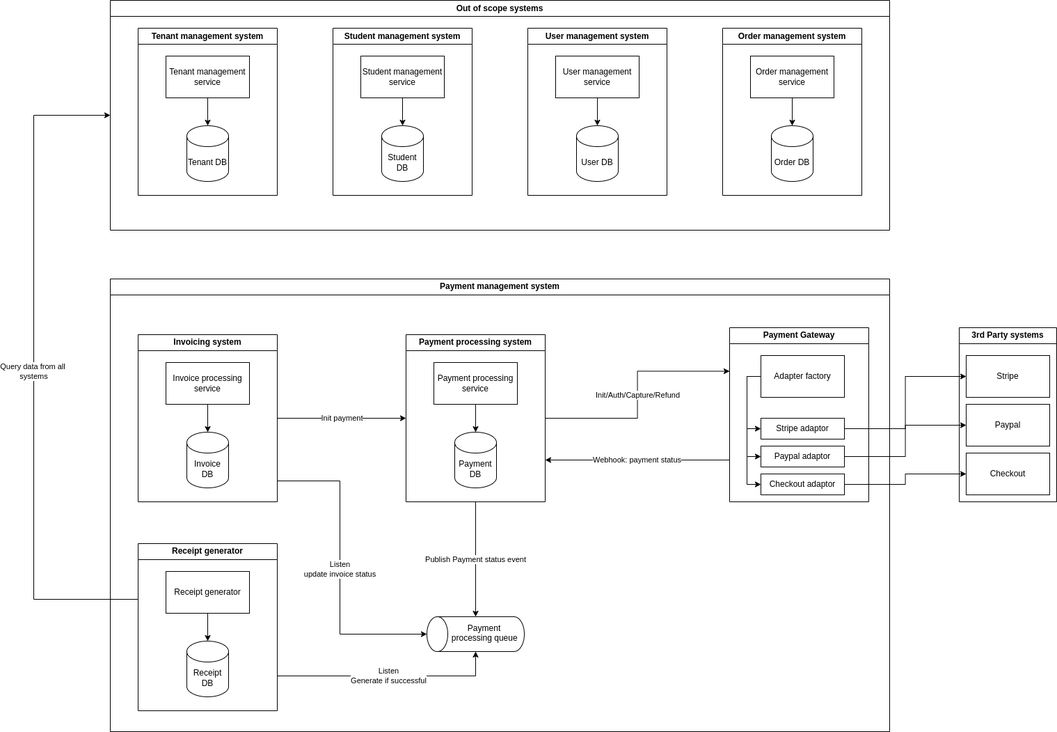
Above: high-level-design.png in dadonnik/order-management-system (draw.io), before the change. Source tidied: cells renumbered, new cells last; positions are measured from the earlier drawing's top-left corner, leaving out a move shared by most shapes. Its diagram source:
```xml
<mxGraphModel>
  <root>
    <mxCell id="0" />
    <mxCell id="1" parent="0" />
    <mxCell id="2" value="Out of scope systems" style="swimlane;whiteSpace=wrap;html=1;" parent="1" vertex="1">
      <mxGeometry x="110" width="1120" height="330" as="geometry" />
    </mxCell>
    <mxCell id="3" value="Tenant management system" style="swimlane;whiteSpace=wrap;html=1;" parent="2" vertex="1">
      <mxGeometry x="40" y="40" width="200" height="240" as="geometry" />
    </mxCell>
    <mxCell id="4" value="Tenant DB" style="shape=cylinder3;whiteSpace=wrap;html=1;boundedLbl=1;backgroundOutline=1;size=15;" parent="3" vertex="1">
      <mxGeometry x="70" y="140" width="60" height="80" as="geometry" />
    </mxCell>
    <mxCell id="5" style="edgeStyle=orthogonalEdgeStyle;rounded=0;jettySize=auto;html=1;" parent="3" edge="1" source="6" target="4">
      <mxGeometry relative="1" as="geometry" />
    </mxCell>
    <mxCell id="6" value="Tenant management service" style="rounded=0;whiteSpace=wrap;html=1;" parent="3" vertex="1">
      <mxGeometry x="40" y="40" width="120" height="60" as="geometry" />
    </mxCell>
    <mxCell id="7" value="Student management system" style="swimlane;whiteSpace=wrap;html=1;" parent="2" vertex="1">
      <mxGeometry x="320" y="40" width="200" height="240" as="geometry" />
    </mxCell>
    <mxCell id="8" value="Student DB" style="shape=cylinder3;whiteSpace=wrap;html=1;boundedLbl=1;backgroundOutline=1;size=15;" parent="7" vertex="1">
      <mxGeometry x="70" y="140" width="60" height="80" as="geometry" />
    </mxCell>
    <mxCell id="9" style="edgeStyle=orthogonalEdgeStyle;rounded=0;jettySize=auto;html=1;" parent="7" edge="1" source="10" target="8">
      <mxGeometry relative="1" as="geometry" />
    </mxCell>
    <mxCell id="10" value="Student management service" style="rounded=0;whiteSpace=wrap;html=1;" parent="7" vertex="1">
      <mxGeometry x="40" y="40" width="120" height="60" as="geometry" />
    </mxCell>
    <mxCell id="11" value="User management system" style="swimlane;whiteSpace=wrap;html=1;startSize=23;" parent="2" vertex="1">
      <mxGeometry x="600" y="40" width="200" height="240" as="geometry" />
    </mxCell>
    <mxCell id="12" value="User DB" style="shape=cylinder3;whiteSpace=wrap;html=1;boundedLbl=1;backgroundOutline=1;size=15;" parent="11" vertex="1">
      <mxGeometry x="70" y="140" width="60" height="80" as="geometry" />
    </mxCell>
    <mxCell id="13" style="edgeStyle=orthogonalEdgeStyle;rounded=0;jettySize=auto;html=1;" parent="11" edge="1" source="14" target="12">
      <mxGeometry relative="1" as="geometry" />
    </mxCell>
    <mxCell id="14" value="User management service" style="rounded=0;whiteSpace=wrap;html=1;" parent="11" vertex="1">
      <mxGeometry x="40" y="40" width="120" height="60" as="geometry" />
    </mxCell>
    <mxCell id="15" value="Order management system" style="swimlane;whiteSpace=wrap;html=1;" parent="2" vertex="1">
      <mxGeometry x="880" y="40" width="200" height="240" as="geometry" />
    </mxCell>
    <mxCell id="16" value="Order DB" style="shape=cylinder3;whiteSpace=wrap;html=1;boundedLbl=1;backgroundOutline=1;size=15;" parent="15" vertex="1">
      <mxGeometry x="70" y="140" width="60" height="80" as="geometry" />
    </mxCell>
    <mxCell id="17" style="edgeStyle=orthogonalEdgeStyle;rounded=0;jettySize=auto;html=1;" parent="15" edge="1" source="18" target="16">
      <mxGeometry relative="1" as="geometry" />
    </mxCell>
    <mxCell id="18" value="Order management service" style="rounded=0;whiteSpace=wrap;html=1;" parent="15" vertex="1">
      <mxGeometry x="40" y="40" width="120" height="60" as="geometry" />
    </mxCell>
    <mxCell id="19" value="Payment management system" style="swimlane;whiteSpace=wrap;html=1;" parent="1" vertex="1">
      <mxGeometry x="110" y="400" width="1120" height="650" as="geometry" />
    </mxCell>
    <mxCell id="20" value="Init payment" style="edgeStyle=orthogonalEdgeStyle;rounded=0;jettySize=auto;html=1;entryX=0;entryY=0.5;entryDx=0;entryDy=0;" parent="19" edge="1" source="21" target="26">
      <mxGeometry relative="1" as="geometry" />
    </mxCell>
    <mxCell id="21" value="Invoicing system" style="swimlane;whiteSpace=wrap;html=1;" parent="19" vertex="1">
      <mxGeometry x="40" y="80" width="200" height="240" as="geometry" />
    </mxCell>
    <mxCell id="22" value="Invoice DB" style="shape=cylinder3;whiteSpace=wrap;html=1;boundedLbl=1;backgroundOutline=1;size=15;" parent="21" vertex="1">
      <mxGeometry x="70" y="140" width="60" height="80" as="geometry" />
    </mxCell>
    <mxCell id="23" style="edgeStyle=orthogonalEdgeStyle;rounded=0;jettySize=auto;html=1;" parent="21" edge="1" source="24" target="22">
      <mxGeometry relative="1" as="geometry" />
    </mxCell>
    <mxCell id="24" value="Invoice processing service" style="rounded=0;whiteSpace=wrap;html=1;" parent="21" vertex="1">
      <mxGeometry x="40" y="40" width="120" height="60" as="geometry" />
    </mxCell>
    <mxCell id="25" value="Init/Auth/Capture/Refund" style="edgeStyle=orthogonalEdgeStyle;rounded=0;jettySize=auto;html=1;entryX=0;entryY=0.25;entryDx=0;entryDy=0;" parent="19" edge="1" source="26" target="35">
      <mxGeometry relative="1" as="geometry" />
    </mxCell>
    <mxCell id="26" value="Payment processing system" style="swimlane;whiteSpace=wrap;html=1;" parent="19" vertex="1">
      <mxGeometry x="425" y="80" width="200" height="240" as="geometry" />
    </mxCell>
    <mxCell id="27" value="Payment DB" style="shape=cylinder3;whiteSpace=wrap;html=1;boundedLbl=1;backgroundOutline=1;size=15;" parent="26" vertex="1">
      <mxGeometry x="70" y="140" width="60" height="80" as="geometry" />
    </mxCell>
    <mxCell id="28" style="edgeStyle=orthogonalEdgeStyle;rounded=0;jettySize=auto;html=1;" parent="26" edge="1" source="29" target="27">
      <mxGeometry relative="1" as="geometry" />
    </mxCell>
    <mxCell id="29" value="Payment processing service" style="rounded=0;whiteSpace=wrap;html=1;" parent="26" vertex="1">
      <mxGeometry x="40" y="40" width="120" height="60" as="geometry" />
    </mxCell>
    <mxCell id="30" value="Receipt generator" style="swimlane;whiteSpace=wrap;html=1;" parent="19" vertex="1">
      <mxGeometry x="40" y="380" width="200" height="240" as="geometry" />
    </mxCell>
    <mxCell id="31" value="Receipt DB" style="shape=cylinder3;whiteSpace=wrap;html=1;boundedLbl=1;backgroundOutline=1;size=15;" parent="30" vertex="1">
      <mxGeometry x="70" y="140" width="60" height="80" as="geometry" />
    </mxCell>
    <mxCell id="32" style="edgeStyle=orthogonalEdgeStyle;rounded=0;jettySize=auto;html=1;" parent="30" edge="1" source="33" target="31">
      <mxGeometry relative="1" as="geometry" />
    </mxCell>
    <mxCell id="33" value="Receipt generator" style="rounded=0;whiteSpace=wrap;html=1;" parent="30" vertex="1">
      <mxGeometry x="40" y="40" width="120" height="60" as="geometry" />
    </mxCell>
    <mxCell id="34" value="Webhook: payment status" style="edgeStyle=orthogonalEdgeStyle;rounded=0;jettySize=auto;html=1;entryX=1;entryY=0.75;entryDx=0;entryDy=0;" parent="19" edge="1" source="35" target="26">
      <mxGeometry relative="1" as="geometry">
        <Array as="points">
          <mxPoint x="810" y="260" />
          <mxPoint x="810" y="260" />
        </Array>
      </mxGeometry>
    </mxCell>
    <mxCell id="35" value="Payment Gateway" style="swimlane;whiteSpace=wrap;html=1;" parent="19" vertex="1">
      <mxGeometry x="890" y="70" width="200" height="250" as="geometry" />
    </mxCell>
    <mxCell id="36" style="edgeStyle=orthogonalEdgeStyle;rounded=0;jettySize=auto;html=1;entryX=0;entryY=0.5;entryDx=0;entryDy=0;" parent="35" edge="1" source="39" target="40">
      <mxGeometry relative="1" as="geometry">
        <Array as="points">
          <mxPoint x="25" y="70" />
          <mxPoint x="25" y="145" />
        </Array>
      </mxGeometry>
    </mxCell>
    <mxCell id="37" style="edgeStyle=orthogonalEdgeStyle;rounded=0;jettySize=auto;html=1;entryX=0;entryY=0.5;entryDx=0;entryDy=0;" parent="35" edge="1" source="39" target="41">
      <mxGeometry relative="1" as="geometry">
        <Array as="points">
          <mxPoint x="25" y="70" />
          <mxPoint x="25" y="185" />
        </Array>
      </mxGeometry>
    </mxCell>
    <mxCell id="38" style="edgeStyle=orthogonalEdgeStyle;rounded=0;jettySize=auto;html=1;entryX=0;entryY=0.5;entryDx=0;entryDy=0;" parent="35" edge="1" source="39" target="42">
      <mxGeometry relative="1" as="geometry">
        <Array as="points">
          <mxPoint x="25" y="70" />
          <mxPoint x="25" y="225" />
        </Array>
      </mxGeometry>
    </mxCell>
    <mxCell id="39" value="Adapter factory" style="rounded=0;whiteSpace=wrap;html=1;" parent="35" vertex="1">
      <mxGeometry x="45" y="40" width="120" height="60" as="geometry" />
    </mxCell>
    <mxCell id="40" value="Stripe adaptor" style="rounded=0;whiteSpace=wrap;html=1;" parent="35" vertex="1">
      <mxGeometry x="45" y="130" width="120" height="30" as="geometry" />
    </mxCell>
    <mxCell id="41" value="Paypal adaptor" style="rounded=0;whiteSpace=wrap;html=1;" parent="35" vertex="1">
      <mxGeometry x="45" y="170" width="120" height="30" as="geometry" />
    </mxCell>
    <mxCell id="42" value="Checkout adaptor" style="rounded=0;whiteSpace=wrap;html=1;" parent="35" vertex="1">
      <mxGeometry x="45" y="210" width="120" height="30" as="geometry" />
    </mxCell>
    <mxCell id="43" value="Payment processing queue" style="shape=cylinder3;whiteSpace=wrap;html=1;boundedLbl=1;backgroundOutline=1;size=15;rotation=-90;textDirection=vertical-rl;" parent="19" vertex="1">
      <mxGeometry x="500" y="440" width="50" height="140" as="geometry" />
    </mxCell>
    <mxCell id="44" value="Publish Payment status event" style="edgeStyle=orthogonalEdgeStyle;rounded=0;jettySize=auto;html=1;entryX=1;entryY=0.5;entryDx=0;entryDy=0;entryPerimeter=0;" parent="19" edge="1" source="26" target="43">
      <mxGeometry relative="1" as="geometry" />
    </mxCell>
    <mxCell id="45" value="Listen&lt;br&gt;update invoice status" style="edgeStyle=orthogonalEdgeStyle;rounded=0;jettySize=auto;html=1;entryX=0.5;entryY=0;entryDx=0;entryDy=0;entryPerimeter=0;" parent="19" edge="1" source="21" target="43">
      <mxGeometry relative="1" as="geometry">
        <Array as="points">
          <mxPoint x="330" y="290" />
          <mxPoint x="330" y="510" />
        </Array>
      </mxGeometry>
    </mxCell>
    <mxCell id="46" value="Listen&lt;br&gt;Generate if successful" style="edgeStyle=orthogonalEdgeStyle;rounded=0;jettySize=auto;html=1;entryX=0;entryY=0.5;entryDx=0;entryDy=0;entryPerimeter=0;" parent="19" edge="1" source="30" target="43">
      <mxGeometry relative="1" as="geometry">
        <Array as="points">
          <mxPoint x="525" y="570" />
        </Array>
      </mxGeometry>
    </mxCell>
    <mxCell id="47" value="3rd Party systems" style="swimlane;whiteSpace=wrap;html=1;" parent="1" vertex="1">
      <mxGeometry x="1330" y="470" width="140" height="250" as="geometry" />
    </mxCell>
    <mxCell id="48" value="Checkout" style="rounded=0;whiteSpace=wrap;html=1;" parent="47" vertex="1">
      <mxGeometry x="10" y="180" width="120" height="60" as="geometry" />
    </mxCell>
    <mxCell id="49" value="Stripe" style="rounded=0;whiteSpace=wrap;html=1;" parent="47" vertex="1">
      <mxGeometry x="10" y="40" width="120" height="60" as="geometry" />
    </mxCell>
    <mxCell id="50" value="Paypal" style="rounded=0;whiteSpace=wrap;html=1;" parent="47" vertex="1">
      <mxGeometry x="10" y="110" width="120" height="60" as="geometry" />
    </mxCell>
    <mxCell id="51" style="edgeStyle=orthogonalEdgeStyle;rounded=0;jettySize=auto;html=1;entryX=0;entryY=0.5;entryDx=0;entryDy=0;" parent="1" edge="1" source="40" target="49">
      <mxGeometry relative="1" as="geometry" />
    </mxCell>
    <mxCell id="52" style="edgeStyle=orthogonalEdgeStyle;rounded=0;jettySize=auto;html=1;" parent="1" edge="1" source="41" target="50">
      <mxGeometry relative="1" as="geometry" />
    </mxCell>
    <mxCell id="53" style="edgeStyle=orthogonalEdgeStyle;rounded=0;jettySize=auto;html=1;entryX=0;entryY=0.5;entryDx=0;entryDy=0;" parent="1" edge="1" source="42" target="48">
      <mxGeometry relative="1" as="geometry" />
    </mxCell>
    <mxCell id="54" value="Query data from all&amp;nbsp;&lt;br&gt;systems" style="edgeStyle=orthogonalEdgeStyle;rounded=0;jettySize=auto;html=1;entryX=0;entryY=0.5;entryDx=0;entryDy=0;" parent="1" edge="1" source="30" target="2">
      <mxGeometry relative="1" as="geometry">
        <Array as="points">
          <mxPoint y="860" />
          <mxPoint y="165" />
        </Array>
      </mxGeometry>
    </mxCell>
  </root>
</mxGraphModel>
```
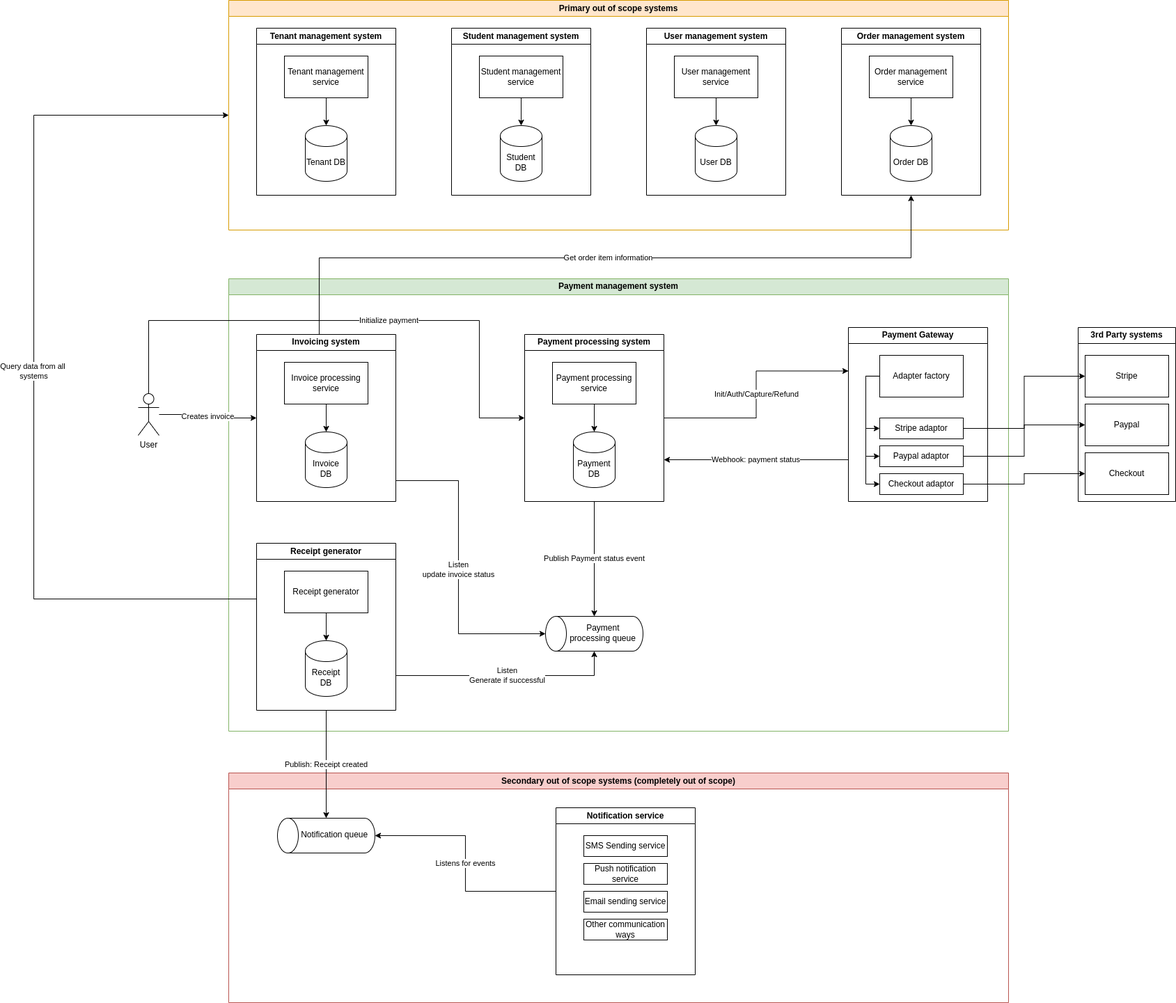
Above is the later version.

What changed in the source:
```diff
@@ -2,7 +2,7 @@
   <root>
     <mxCell id="0" />
     <mxCell id="1" parent="0" />
-    <mxCell id="2" value="Out of scope systems" style="swimlane;whiteSpace=wrap;html=1;" parent="1" vertex="1">
+    <mxCell id="2" value="Primary out of scope systems" style="swimlane;whiteSpace=wrap;html=1;fillColor=#ffe6cc;strokeColor=#d79b00;" parent="1" vertex="1">
       <mxGeometry x="110" width="1120" height="330" as="geometry" />
     </mxCell>
     <mxCell id="3" value="Tenant management system" style="swimlane;whiteSpace=wrap;html=1;" parent="2" vertex="1">
@@ -53,12 +53,9 @@
     <mxCell id="18" value="Order management service" style="rounded=0;whiteSpace=wrap;html=1;" parent="15" vertex="1">
       <mxGeometry x="40" y="40" width="120" height="60" as="geometry" />
     </mxCell>
-    <mxCell id="19" value="Payment management system" style="swimlane;whiteSpace=wrap;html=1;" parent="1" vertex="1">
+    <mxCell id="19" value="Payment management system" style="swimlane;whiteSpace=wrap;html=1;shadow=0;glass=0;fillStyle=auto;rounded=0;noLabel=0;fillColor=#d5e8d4;strokeColor=#82b366;" parent="1" vertex="1">
       <mxGeometry x="110" y="400" width="1120" height="650" as="geometry" />
     </mxCell>
-    <mxCell id="20" value="Init payment" style="edgeStyle=orthogonalEdgeStyle;rounded=0;jettySize=auto;html=1;entryX=0;entryY=0.5;entryDx=0;entryDy=0;" parent="19" edge="1" source="21" target="26">
-      <mxGeometry relative="1" as="geometry" />
-    </mxCell>
     <mxCell id="21" value="Invoicing system" style="swimlane;whiteSpace=wrap;html=1;" parent="19" vertex="1">
       <mxGeometry x="40" y="80" width="200" height="240" as="geometry" />
     </mxCell>
@@ -190,10 +187,60 @@
     <mxCell id="54" value="Query data from all&amp;nbsp;&lt;br&gt;systems" style="edgeStyle=orthogonalEdgeStyle;rounded=0;jettySize=auto;html=1;entryX=0;entryY=0.5;entryDx=0;entryDy=0;" parent="1" edge="1" source="30" target="2">
       <mxGeometry relative="1" as="geometry">
         <Array as="points">
-          <mxPoint y="860" />
-          <mxPoint y="165" />
+          <mxPoint x="-170" y="860" />
+          <mxPoint x="-170" y="165" />
         </Array>
       </mxGeometry>
     </mxCell>
+    <mxCell id="55" value="Get order item information" style="edgeStyle=orthogonalEdgeStyle;rounded=0;jettySize=auto;html=1;entryX=0.5;entryY=1;entryDx=0;entryDy=0;" parent="1" edge="1" source="21" target="15">
+      <mxGeometry relative="1" as="geometry">
+        <Array as="points">
+          <mxPoint x="240" y="370" />
+          <mxPoint x="1090" y="370" />
+        </Array>
+      </mxGeometry>
+    </mxCell>
+    <mxCell id="56" value="Creates invoice" style="edgeStyle=orthogonalEdgeStyle;rounded=0;jettySize=auto;html=1;entryX=0;entryY=0.5;entryDx=0;entryDy=0;" parent="1" edge="1" source="58" target="21">
+      <mxGeometry relative="1" as="geometry" />
+    </mxCell>
+    <mxCell id="57" value="Initialize payment" style="edgeStyle=orthogonalEdgeStyle;rounded=0;jettySize=auto;html=1;entryX=0;entryY=0.5;entryDx=0;entryDy=0;" parent="1" edge="1" source="58" target="26">
+      <mxGeometry x="0.15" relative="1" as="geometry">
+        <Array as="points">
+          <mxPoint x="-5" y="460" />
+          <mxPoint x="470" y="460" />
+          <mxPoint x="470" y="600" />
+        </Array>
+      </mxGeometry>
+    </mxCell>
+    <mxCell id="58" value="User" style="shape=umlActor;verticalLabelPosition=bottom;verticalAlign=top;html=1;outlineConnect=0;" parent="1" vertex="1">
+      <mxGeometry x="-20" y="565" width="30" height="60" as="geometry" />
+    </mxCell>
+    <mxCell id="59" value="Secondary out of scope systems (completely out of scope)" style="swimlane;whiteSpace=wrap;html=1;fillColor=#f8cecc;strokeColor=#b85450;" parent="1" vertex="1">
+      <mxGeometry x="110" y="1110" width="1120" height="330" as="geometry" />
+    </mxCell>
+    <mxCell id="60" value="Listens for events" style="edgeStyle=orthogonalEdgeStyle;rounded=0;jettySize=auto;html=1;" parent="59" edge="1" source="61" target="66">
+      <mxGeometry relative="1" as="geometry" />
+    </mxCell>
+    <mxCell id="61" value="Notification service" style="swimlane;whiteSpace=wrap;html=1;" parent="59" vertex="1">
+      <mxGeometry x="470" y="50" width="200" height="240" as="geometry" />
+    </mxCell>
+    <mxCell id="62" value="SMS Sending service" style="rounded=0;whiteSpace=wrap;html=1;" parent="61" vertex="1">
+      <mxGeometry x="40" y="40" width="120" height="30" as="geometry" />
+    </mxCell>
+    <mxCell id="63" value="Push notification service" style="rounded=0;whiteSpace=wrap;html=1;" parent="61" vertex="1">
+      <mxGeometry x="40" y="80" width="120" height="30" as="geometry" />
+    </mxCell>
+    <mxCell id="64" value="Email sending service" style="rounded=0;whiteSpace=wrap;html=1;" parent="61" vertex="1">
+      <mxGeometry x="40" y="120" width="120" height="30" as="geometry" />
+    </mxCell>
+    <mxCell id="65" value="Other communication ways" style="rounded=0;whiteSpace=wrap;html=1;" parent="61" vertex="1">
+      <mxGeometry x="40" y="160" width="120" height="30" as="geometry" />
+    </mxCell>
+    <mxCell id="66" value="Notification queue" style="shape=cylinder3;whiteSpace=wrap;html=1;boundedLbl=1;backgroundOutline=1;size=15;rotation=-90;textDirection=vertical-rl;" parent="59" vertex="1">
+      <mxGeometry x="115" y="20" width="50" height="140" as="geometry" />
+    </mxCell>
+    <mxCell id="67" value="Publish: Receipt created" style="edgeStyle=orthogonalEdgeStyle;rounded=0;jettySize=auto;html=1;entryX=1;entryY=0.5;entryDx=0;entryDy=0;entryPerimeter=0;" parent="1" edge="1" source="30" target="66">
+      <mxGeometry relative="1" as="geometry" />
+    </mxCell>
   </root>
 </mxGraphModel>
```
